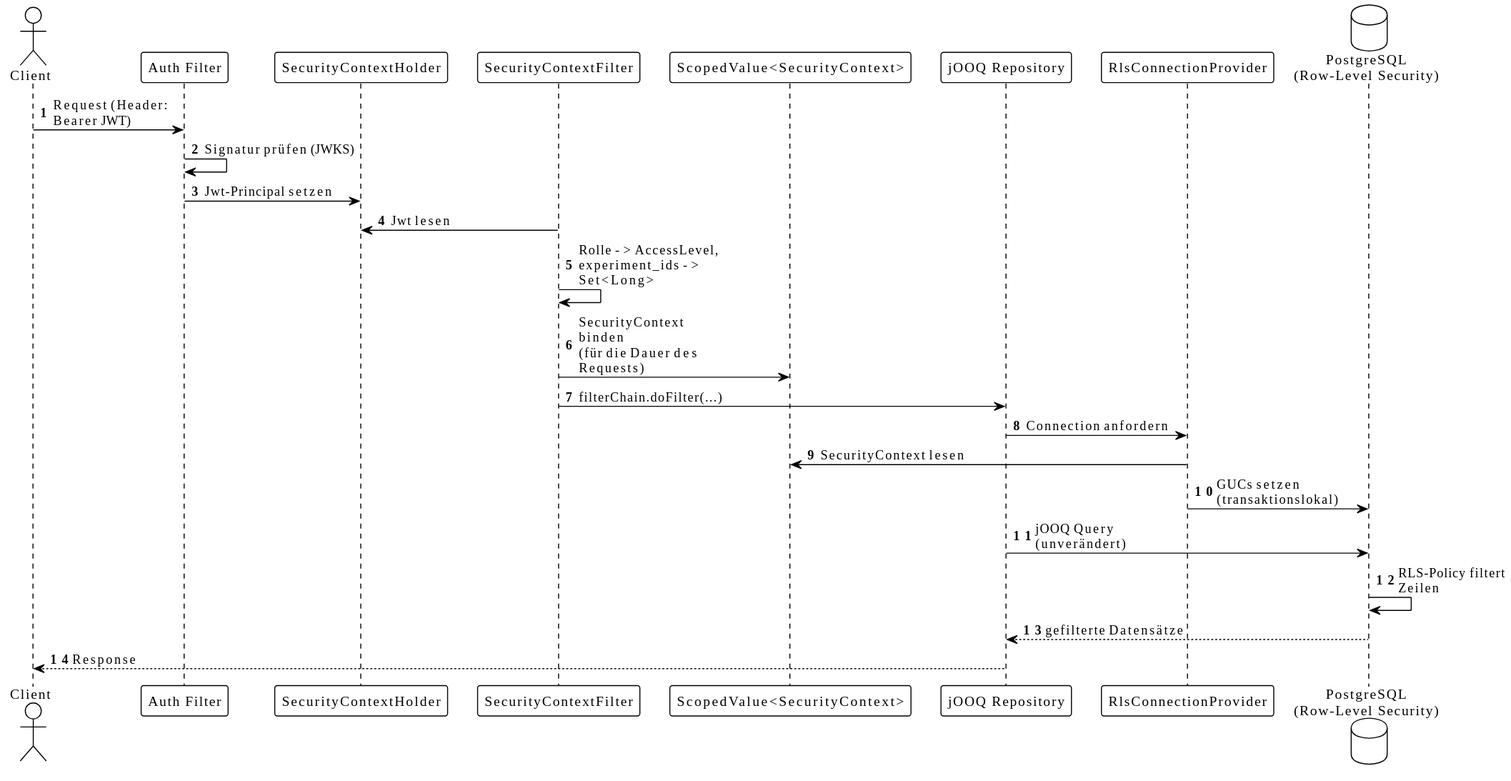
swisstopo/lg-monteis keeps this PlantUML diagram as documentation/architecture/images/security-context-flow.svg. Above is the earlier version.
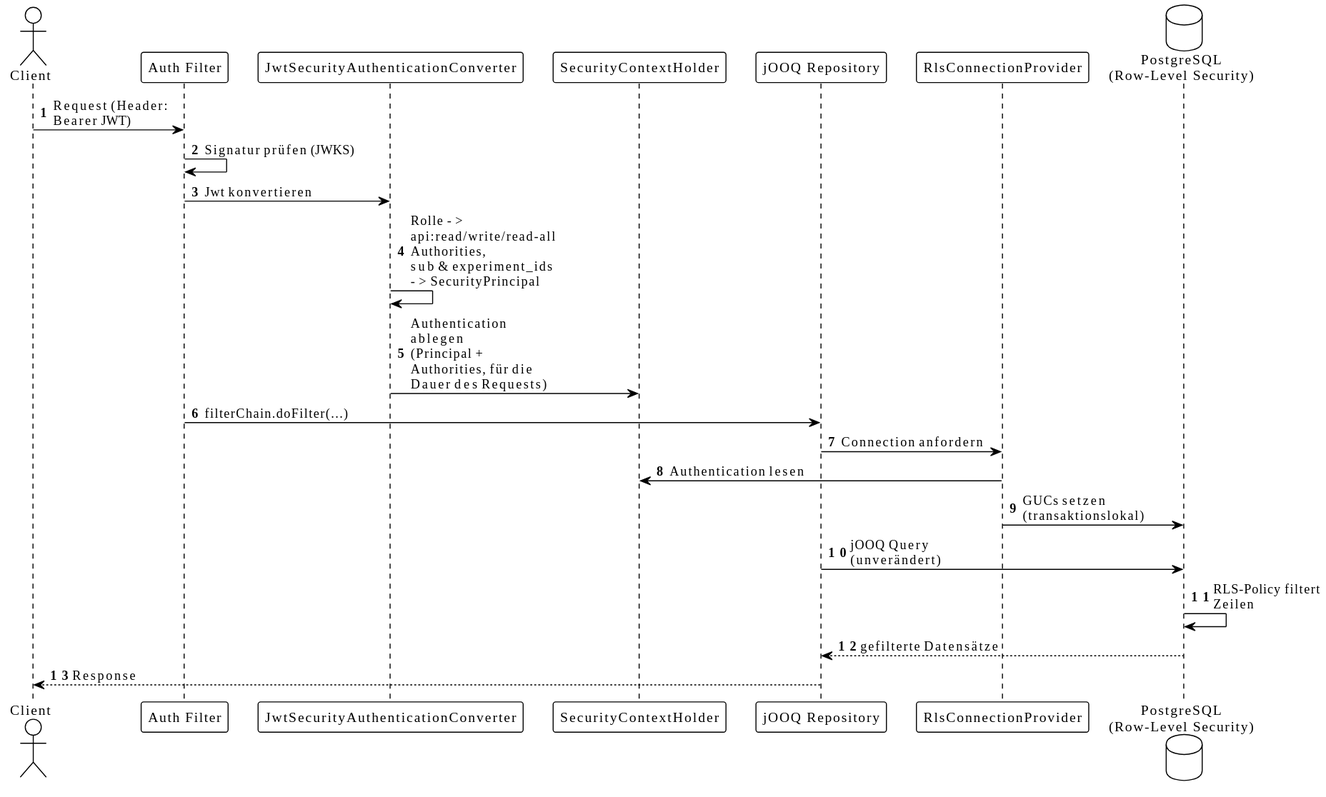
After the change.

Diff of the diagram source:
```diff
@@ -143,24 +143,22 @@
 
 actor Client
 participant "Auth Filter" as AuthFilter
+participant "JwtSecurityAuthenticationConverter" as Converter
 participant "SecurityContextHolder" as Holder
-participant "SecurityContextFilter" as CtxFilter
-participant "ScopedValue<SecurityContext>" as Scoped
 participant "jOOQ Repository" as Repo
 participant "RlsConnectionProvider" as ConnProvider
 database "PostgreSQL\n(Row-Level Security)" as DB
 
 Client -> AuthFilter : Request (Header: Bearer JWT)
 AuthFilter -> AuthFilter : Signatur prüfen (JWKS)
-AuthFilter -> Holder : Jwt-Principal setzen
+AuthFilter -> Converter : Jwt konvertieren
 
-CtxFilter -> Holder : Jwt lesen
-CtxFilter -> CtxFilter : Rolle -> AccessLevel,\nexperiment_ids -> Set<Long>
-CtxFilter -> Scoped : SecurityContext binden\n(für die Dauer des Requests)
+Converter -> Converter : Rolle -> api:read/write/read-all Authorities,\nsub & experiment_ids -> SecurityPrincipal
+Converter -> Holder : Authentication ablegen\n(Principal + Authorities, für die Dauer des Requests)
 
-CtxFilter -> Repo : filterChain.doFilter(...)
+AuthFilter -> Repo : filterChain.doFilter(...)
 Repo -> ConnProvider : Connection anfordern
-ConnProvider -> Scoped : SecurityContext lesen
+ConnProvider -> Holder : Authentication lesen
 ConnProvider -> DB : GUCs setzen (transaktionslokal)
 Repo -> DB : jOOQ Query (unverändert)
 DB -> DB : RLS-Policy filtert Zeilen
```
